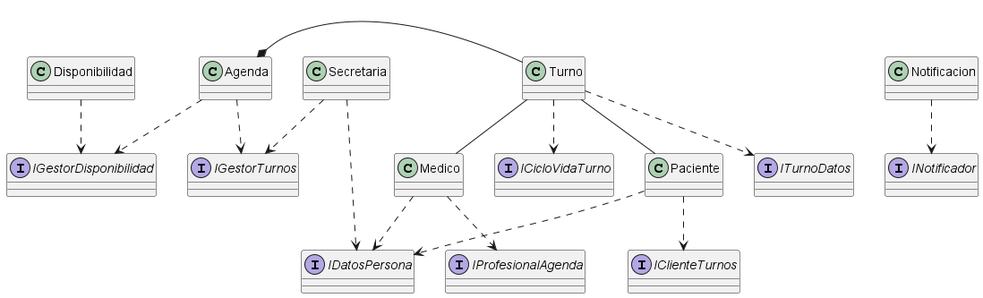
Above: diagramas/01-diagrama-clases/01-solid-04-isp.png in sofinestt/SistemaTurnosMedicos (PlantUML), before the change. The source it was exported from:
```plantuml
@startuml
interface IDatosPersona
interface IClienteTurnos
interface IProfesionalAgenda
interface IGestorTurnos
interface INotificador
interface ITurnoDatos
interface ICicloVidaTurno
interface IGestorDisponibilidad
class Paciente
class Medico
class Secretaria
class Turno
class Agenda
class Disponibilidad
class Notificacion
Paciente -[dashed]-> IDatosPersona
Paciente -[dashed]-> IClienteTurnos
Medico -[dashed]-> IDatosPersona
Medico -[dashed]-> IProfesionalAgenda
Secretaria -[dashed]-> IDatosPersona
Secretaria -[dashed]-> IGestorTurnos
Turno -[dashed]-> ITurnoDatos
Turno -[dashed]-> ICicloVidaTurno
Agenda -[dashed]-> IGestorTurnos
Agenda -[dashed]-> IGestorDisponibilidad
Disponibilidad -[dashed]-> IGestorDisponibilidad
Notificacion -[dashed]-> INotificador
Agenda *- Turno
Turno -- Paciente
Turno -- Medico
@enduml
```
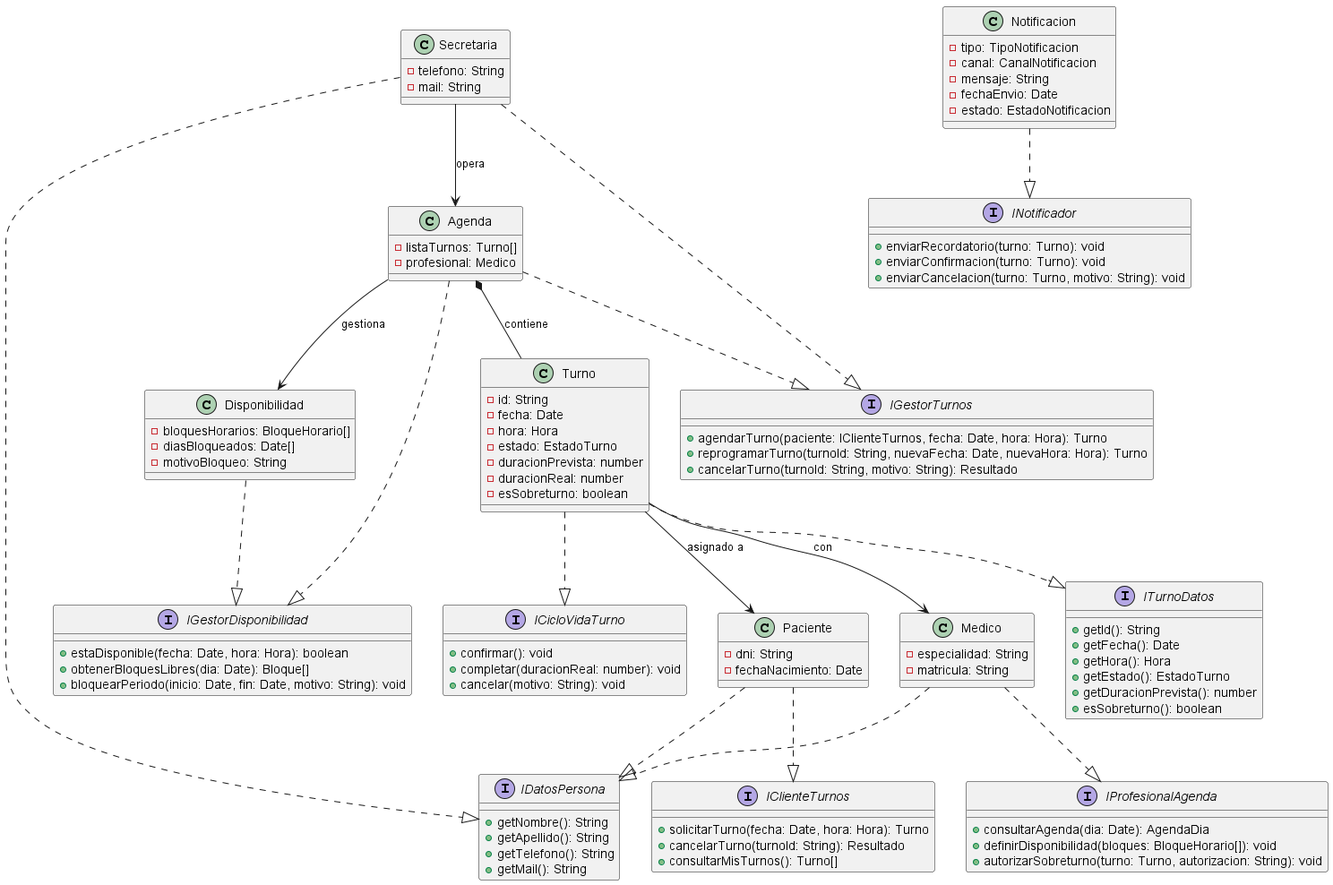
Later version of the same file.

The edit, as a diff of the source:
```diff
@@ -1,32 +1,128 @@
-@startuml
-interface IDatosPersona
-interface IClienteTurnos
-interface IProfesionalAgenda
-interface IGestorTurnos
-interface INotificador
-interface ITurnoDatos
-interface ICicloVidaTurno
-interface IGestorDisponibilidad
-class Paciente
-class Medico
-class Secretaria
-class Turno
-class Agenda
-class Disponibilidad
-class Notificacion
-Paciente -[dashed]-> IDatosPersona
-Paciente -[dashed]-> IClienteTurnos
-Medico -[dashed]-> IDatosPersona
-Medico -[dashed]-> IProfesionalAgenda
-Secretaria -[dashed]-> IDatosPersona
-Secretaria -[dashed]-> IGestorTurnos
-Turno -[dashed]-> ITurnoDatos
-Turno -[dashed]-> ICicloVidaTurno
-Agenda -[dashed]-> IGestorTurnos
-Agenda -[dashed]-> IGestorDisponibilidad
-Disponibilidad -[dashed]-> IGestorDisponibilidad
-Notificacion -[dashed]-> INotificador
-Agenda *- Turno
-Turno -- Paciente
-Turno -- Medico
+@startuml diagrama-isp-interfaces
+
+    interface IDatosPersona {
+        +getNombre(): String
+        +getApellido(): String
+        +getTelefono(): String
+        +getMail(): String
+    }
+
+    interface IClienteTurnos {
+        +solicitarTurno(fecha: Date, hora: Hora): Turno
+        +cancelarTurno(turnoId: String): Resultado
+        +consultarMisTurnos(): Turno[]
+    }
+
+    interface IProfesionalAgenda {
+        +consultarAgenda(dia: Date): AgendaDia
+        +definirDisponibilidad(bloques: BloqueHorario[]): void
+        +autorizarSobreturno(turno: Turno, autorizacion: String): void
+    }
+
+    interface IGestorTurnos {
+        +agendarTurno(paciente: IClienteTurnos, fecha: Date, hora: Hora): Turno
+        +reprogramarTurno(turnoId: String, nuevaFecha: Date, nuevaHora: Hora): Turno
+        +cancelarTurno(turnoId: String, motivo: String): Resultado
+    }
+
+    interface IGestorDisponibilidad {
+        +estaDisponible(fecha: Date, hora: Hora): boolean
+        +obtenerBloquesLibres(dia: Date): Bloque[]
+        +bloquearPeriodo(inicio: Date, fin: Date, motivo: String): void
+    }
+
+    interface ITurnoDatos {
+        +getId(): String
+        +getFecha(): Date
+        +getHora(): Hora
+        +getEstado(): EstadoTurno
+        +getDuracionPrevista(): number
+        +esSobreturno(): boolean
+    }
+
+    interface ICicloVidaTurno {
+        +confirmar(): void
+        +completar(duracionReal: number): void
+        +cancelar(motivo: String): void
+    }
+
+    interface INotificador {
+        +enviarRecordatorio(turno: Turno): void
+        +enviarConfirmacion(turno: Turno): void
+        +enviarCancelacion(turno: Turno, motivo: String): void
+    }
+
+
+
+    class Paciente {
+        -dni: String
+        -fechaNacimiento: Date
+    }
+
+    class Medico {
+        -especialidad: String
+        -matricula: String
+    }
+
+    class Secretaria {
+        -telefono: String
+        -mail: String
+    }
+
+    class Agenda {
+        -listaTurnos: Turno[]
+        -profesional: Medico
+    }
+
+    class Disponibilidad {
+        -bloquesHorarios: BloqueHorario[]
+        -diasBloqueados: Date[]
+        -motivoBloqueo: String
+    }
+
+    class Turno {
+        -id: String
+        -fecha: Date
+        -hora: Hora
+        -estado: EstadoTurno
+        -duracionPrevista: number
+        -duracionReal: number
+        -esSobreturno: boolean
+    }
+
+    class Notificacion {
+        -tipo: TipoNotificacion
+        -canal: CanalNotificacion
+        -mensaje: String
+        -fechaEnvio: Date
+        -estado: EstadoNotificacion
+    }
+
+
+Paciente ..|> IDatosPersona
+Paciente ..|> IClienteTurnos
+
+Medico ..|> IDatosPersona
+Medico ..|> IProfesionalAgenda
+
+Secretaria ..|> IDatosPersona
+Secretaria ..|> IGestorTurnos
+
+Agenda ..|> IGestorTurnos
+Agenda ..|> IGestorDisponibilidad
+
+Disponibilidad ..|> IGestorDisponibilidad
+
+Turno ..|> ITurnoDatos
+Turno ..|> ICicloVidaTurno
+
+Notificacion ..|> INotificador
+
+Agenda *-- Turno : contiene
+Agenda --> Disponibilidad : gestiona
+Secretaria --> Agenda : opera
+Turno --> Paciente : asignado a
+Turno --> Medico : con
+
+
 @enduml
```
